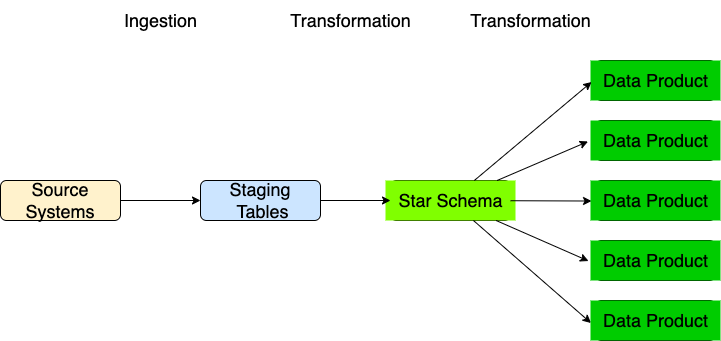
The draw.io diagram docs/presentations/data_products/images/PipelineExample.drawio.png in chipzx92/DataEngineeringI320, before a commit. Source tidied: cells renumbered, new cells last; positions are measured from the earlier drawing's top-left corner, leaving out a move shared by most shapes.
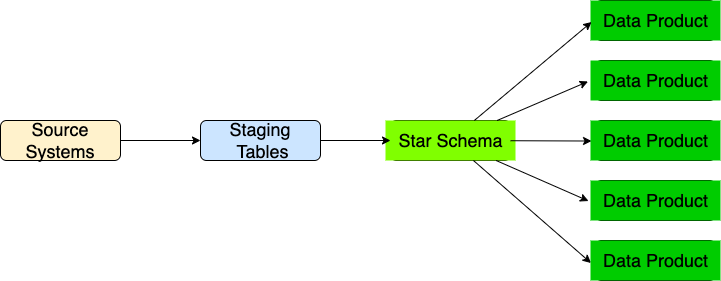
Above is the later version.

Change to the diagram source:
```diff
@@ -95,14 +95,5 @@
     <mxCell id="28" value="&lt;font style=&quot;font-size: 18px;&quot;&gt;Data Product&lt;/font&gt;" style="text;html=1;align=center;verticalAlign=middle;strokeColor=none;fillColor=#00CC00;" parent="26" vertex="1">
       <mxGeometry width="130" height="40" as="geometry" />
     </mxCell>
-    <mxCell id="29" value="Ingestion" style="text;html=1;align=center;verticalAlign=middle;strokeColor=none;fillColor=none;fontSize=18;" parent="1" vertex="1">
-      <mxGeometry x="110" width="100" height="40" as="geometry" />
-    </mxCell>
-    <mxCell id="30" value="Transformation" style="text;html=1;align=center;verticalAlign=middle;strokeColor=none;fillColor=none;fontSize=18;" parent="1" vertex="1">
-      <mxGeometry x="280" width="140" height="40" as="geometry" />
-    </mxCell>
-    <mxCell id="31" value="Transformation" style="text;html=1;align=center;verticalAlign=middle;strokeColor=none;fillColor=none;fontSize=18;" parent="1" vertex="1">
-      <mxGeometry x="460" width="140" height="40" as="geometry" />
-    </mxCell>
   </root>
 </mxGraphModel>
```
